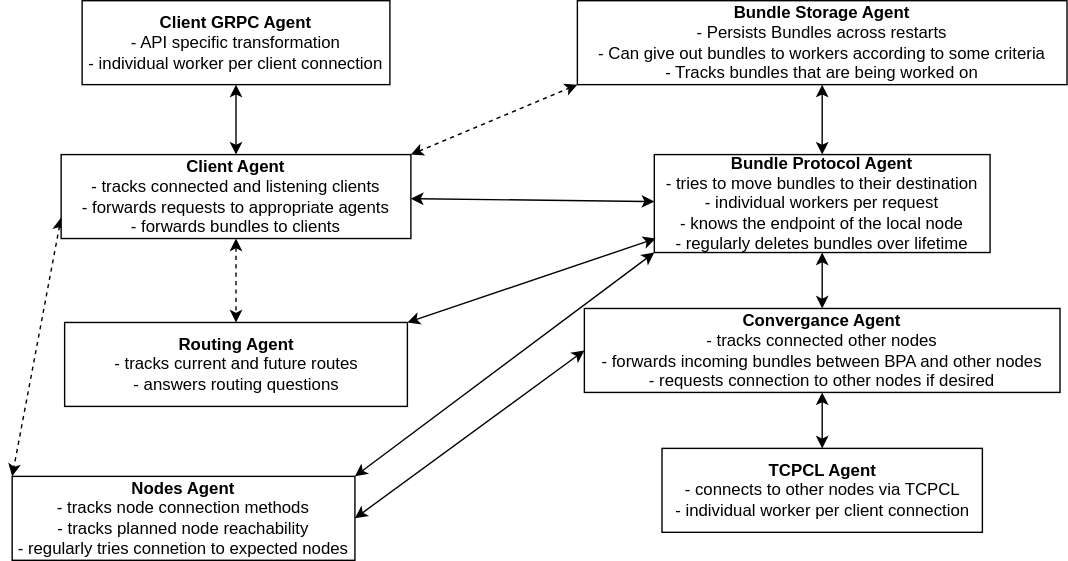
huettner94/dtn keeps this draw.io diagram as docs/img/agents.drawio.svg. Above is the earlier version. Source tidied: cells renumbered, new cells last; positions are measured from the earlier drawing's top-left corner, leaving out a move shared by most shapes.
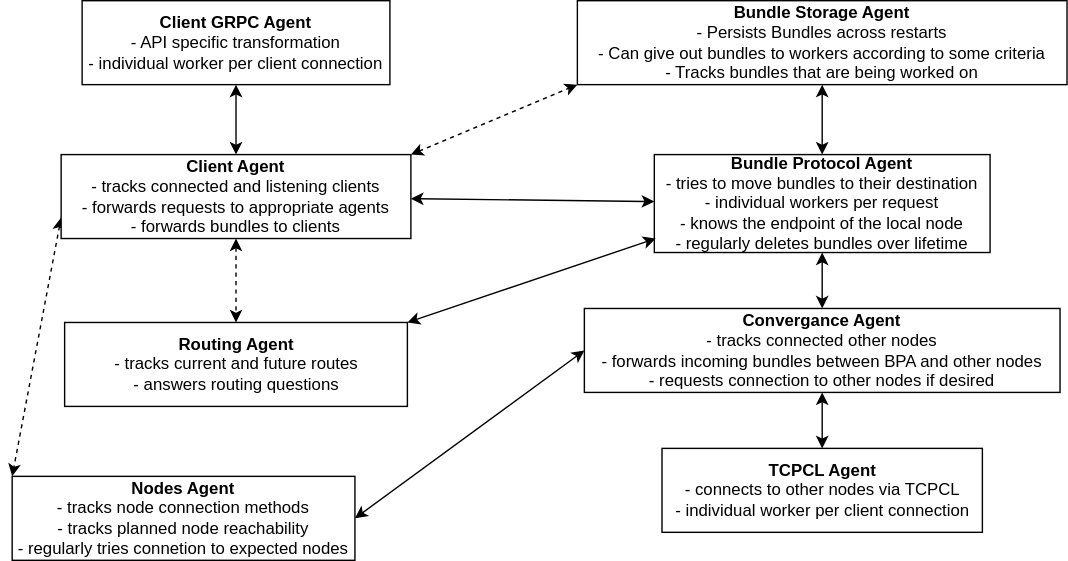
After the commit.

Diff of the diagram source:
```diff
@@ -29,9 +29,6 @@
     <mxCell id="10" style="edgeStyle=none;rounded=0;jettySize=auto;html=1;startArrow=classic;startFill=1;" parent="1" edge="1" source="12" target="3">
       <mxGeometry relative="1" as="geometry" />
     </mxCell>
-    <mxCell id="11" style="edgeStyle=none;rounded=0;jettySize=auto;html=1;exitX=0;exitY=1;exitDx=0;exitDy=0;entryX=1;entryY=0;entryDx=0;entryDy=0;startArrow=classic;startFill=1;" parent="1" edge="1" source="12" target="20">
-      <mxGeometry relative="1" as="geometry" />
-    </mxCell>
     <mxCell id="12" value="&lt;b&gt;Bundle Protocol Agent&lt;/b&gt;&lt;br&gt;- tries to move bundles to their destination&lt;br&gt;- individual workers per request&lt;br&gt;- knows the endpoint of the local node&lt;br&gt;- regularly deletes bundles over lifetime" style="rounded=0;whiteSpace=wrap;html=1;" parent="1" vertex="1">
       <mxGeometry x="459" y="110" width="240" height="70" as="geometry" />
     </mxCell>
```
